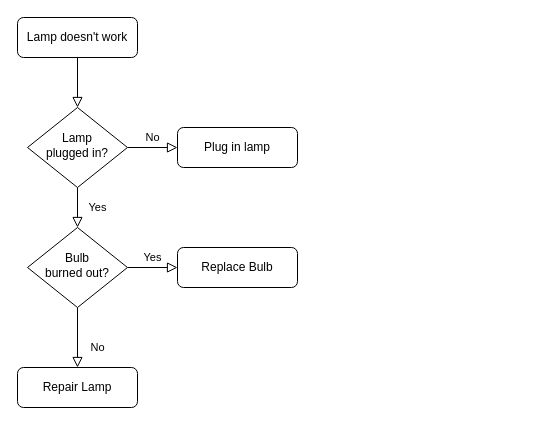
Before: 库存管理.drawio in Qingyi1001/repo1, a draw.io diagram. Source tidied: cells renumbered, new cells numbered last; positions are measured from the earlier drawing's top-left corner, leaving out a move shared by most shapes. Both pictures are drawn from the tidied source at 100%, with x=0, y=0 at pixel (17, 17).
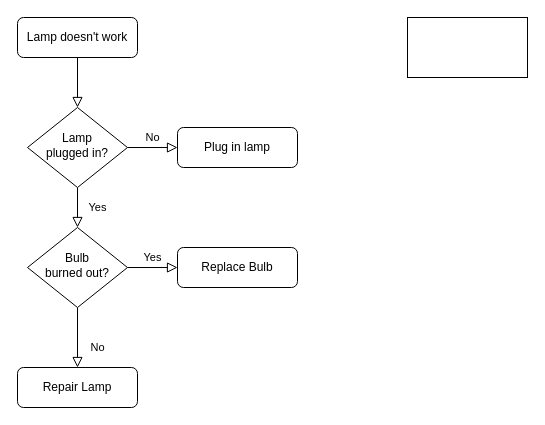
The same diagram, later.

Commit message (it also covers changes not shown here):
更新库存管理.drawio

Diff of the diagram source:
```diff
@@
 <mxGraphModel>
   <root>
     <mxCell id="0" />
     <mxCell id="1" parent="0" />
     <mxCell id="2" style="rounded=0;html=1;jettySize=auto;fontSize=11;endArrow=block;endFill=0;endSize=8;strokeWidth=1;shadow=0;labelBackgroundColor=none;edgeStyle=orthogonalEdgeStyle;" parent="1" edge="1" source="3" target="6">
       <mxGeometry relative="1" as="geometry" />
     </mxCell>
     <mxCell id="3" value="Lamp doesn't work" style="rounded=1;whiteSpace=wrap;html=1;fontSize=12;glass=0;strokeWidth=1;shadow=0;" parent="1" vertex="1">
       <mxGeometry width="120" height="40" as="geometry" />
     </mxCell>
     <mxCell id="4" value="Yes" style="rounded=0;html=1;jettySize=auto;fontSize=11;endArrow=block;endFill=0;endSize=8;strokeWidth=1;shadow=0;labelBackgroundColor=none;edgeStyle=orthogonalEdgeStyle;" parent="1" edge="1" source="6" target="10">
       <mxGeometry y="20" relative="1" as="geometry" />
     </mxCell>
     <mxCell id="5" value="No" style="edgeStyle=orthogonalEdgeStyle;rounded=0;html=1;jettySize=auto;fontSize=11;endArrow=block;endFill=0;endSize=8;strokeWidth=1;shadow=0;labelBackgroundColor=none;" parent="1" edge="1" source="6" target="7">
       <mxGeometry y="10" relative="1" as="geometry" />
     </mxCell>
     <mxCell id="6" value="Lamp&lt;br&gt;plugged in?" style="rhombus;whiteSpace=wrap;html=1;shadow=0;fontFamily=Helvetica;fontSize=12;align=center;strokeWidth=1;spacing=6;spacingTop=-4;" parent="1" vertex="1">
       <mxGeometry x="10" y="90" width="100" height="80" as="geometry" />
     </mxCell>
     <mxCell id="7" value="Plug in lamp" style="rounded=1;whiteSpace=wrap;html=1;fontSize=12;glass=0;strokeWidth=1;shadow=0;" parent="1" vertex="1">
       <mxGeometry x="160" y="110" width="120" height="40" as="geometry" />
     </mxCell>
     <mxCell id="8" value="No" style="rounded=0;html=1;jettySize=auto;fontSize=11;endArrow=block;endFill=0;endSize=8;strokeWidth=1;shadow=0;labelBackgroundColor=none;edgeStyle=orthogonalEdgeStyle;" parent="1" edge="1" source="10" target="11">
       <mxGeometry x="0.33" y="20" relative="1" as="geometry" />
     </mxCell>
     <mxCell id="9" value="Yes" style="edgeStyle=orthogonalEdgeStyle;rounded=0;html=1;jettySize=auto;fontSize=11;endArrow=block;endFill=0;endSize=8;strokeWidth=1;shadow=0;labelBackgroundColor=none;" parent="1" edge="1" source="10" target="12">
       <mxGeometry y="10" relative="1" as="geometry" />
     </mxCell>
     <mxCell id="10" value="Bulb&lt;br&gt;burned out?" style="rhombus;whiteSpace=wrap;html=1;shadow=0;fontFamily=Helvetica;fontSize=12;align=center;strokeWidth=1;spacing=6;spacingTop=-4;" parent="1" vertex="1">
       <mxGeometry x="10" y="210" width="100" height="80" as="geometry" />
     </mxCell>
     <mxCell id="11" value="Repair Lamp" style="rounded=1;whiteSpace=wrap;html=1;fontSize=12;glass=0;strokeWidth=1;shadow=0;" parent="1" vertex="1">
       <mxGeometry y="350" width="120" height="40" as="geometry" />
     </mxCell>
     <mxCell id="12" value="Replace Bulb" style="rounded=1;whiteSpace=wrap;html=1;fontSize=12;glass=0;strokeWidth=1;shadow=0;" parent="1" vertex="1">
       <mxGeometry x="160" y="230" width="120" height="40" as="geometry" />
     </mxCell>
+    <mxCell id="13" style="rounded=0;whiteSpace=wrap;html=1;" parent="1" vertex="1">
+      <mxGeometry x="390" width="120" height="60" as="geometry" />
+    </mxCell>
   </root>
 </mxGraphModel>
```
